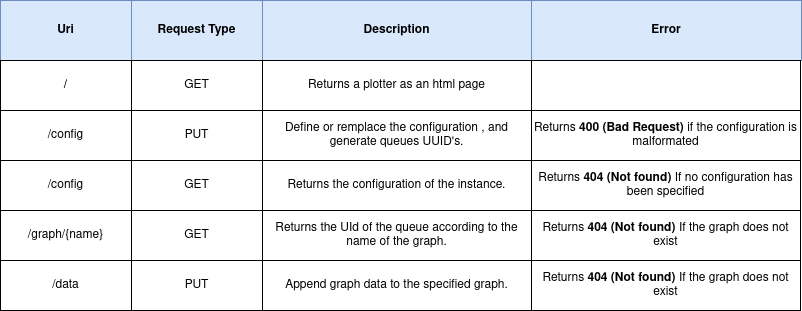
gemoc/liviz keeps this draw.io diagram as Misc/api.png. Above is the earlier version. Source tidied: cells renumbered, new cells last; positions are measured from the earlier drawing's top-left corner, leaving out a move shared by most shapes.
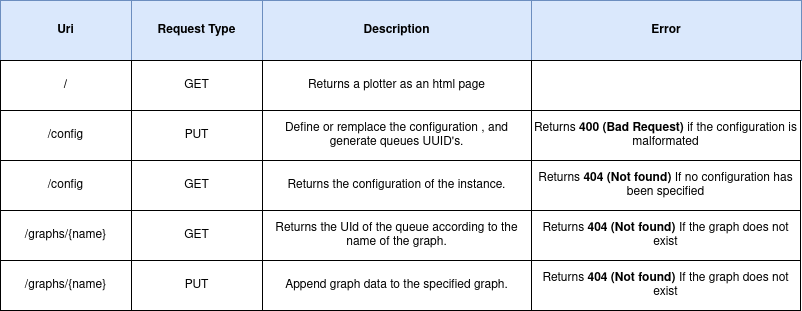
Later version of the same file.

What changed in the source:
```diff
@@ -38,7 +38,7 @@
     <mxCell id="13" value="&lt;font style=&quot;font-size: 12px&quot;&gt;Returns the configuration of the instance. &lt;br&gt;&lt;/font&gt;" style="whiteSpace=wrap;html=1;fontFamily=Helvetica;fontSize=10;fontStyle=0;" parent="1" vertex="1">
       <mxGeometry x="262" y="160" width="269" height="50" as="geometry" />
     </mxCell>
-    <mxCell id="14" value="/graph/{name}" style="whiteSpace=wrap;html=1;fontFamily=Helvetica;fontStyle=0;" parent="1" vertex="1">
+    <mxCell id="14" value="/graphs/{name}" style="whiteSpace=wrap;html=1;fontFamily=Helvetica;fontStyle=0;" parent="1" vertex="1">
       <mxGeometry y="210" width="131" height="50" as="geometry" />
     </mxCell>
     <mxCell id="15" value="GET" style="whiteSpace=wrap;html=1;fontFamily=Helvetica;fontStyle=0;" parent="1" vertex="1">
@@ -47,7 +47,7 @@
     <mxCell id="16" value="&lt;span class=&quot;VIiyi&quot; style=&quot;font-size: 12px&quot; lang=&quot;en&quot;&gt;&lt;span class=&quot;JLqJ4b ChMk0b&quot; style=&quot;font-size: 12px&quot;&gt;&lt;span style=&quot;font-size: 12px&quot;&gt;Returns the UId of the queue according to the name of the graph&lt;/span&gt;&lt;/span&gt;&lt;/span&gt;. &lt;font style=&quot;font-size: 12px&quot;&gt; &lt;br&gt;&lt;/font&gt;" style="whiteSpace=wrap;html=1;fontFamily=Helvetica;fontSize=12;fontStyle=0;" parent="1" vertex="1">
       <mxGeometry x="262" y="210" width="269" height="50" as="geometry" />
     </mxCell>
-    <mxCell id="17" value="/data" style="whiteSpace=wrap;html=1;fontFamily=Helvetica;fontStyle=0;" parent="1" vertex="1">
+    <mxCell id="17" value="/graphs/{name}" style="whiteSpace=wrap;html=1;fontFamily=Helvetica;fontStyle=0;" parent="1" vertex="1">
       <mxGeometry y="260" width="131" height="50" as="geometry" />
     </mxCell>
     <mxCell id="18" value="PUT" style="whiteSpace=wrap;html=1;fontFamily=Helvetica;fontStyle=0;" parent="1" vertex="1">
```
